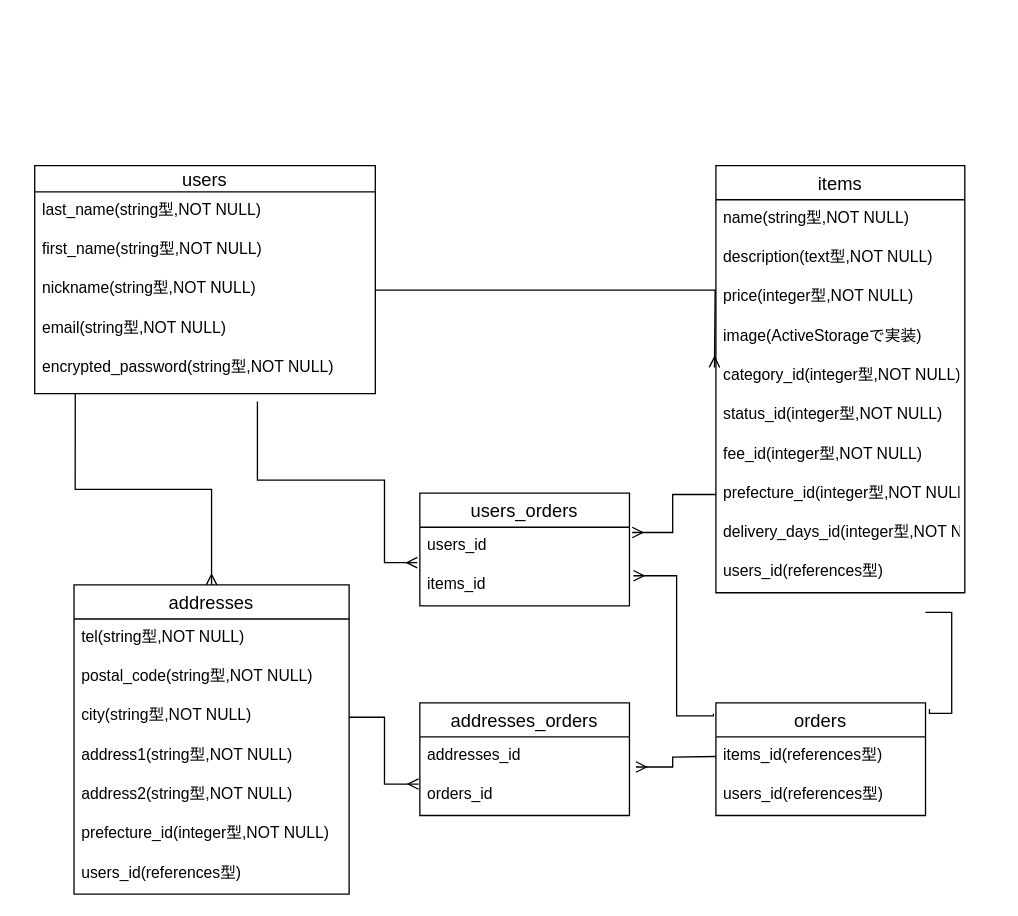
Earlier version of the draw.io diagram er.dio (RyousukeOkazaki/furima-36553). Source tidied: cells renumbered, new cells numbered last; positions are measured from the earlier drawing's top-left corner, leaving out a move shared by most shapes. Both pictures are drawn from the tidied source at 131%, with x=0, y=0 at pixel (34, 165).
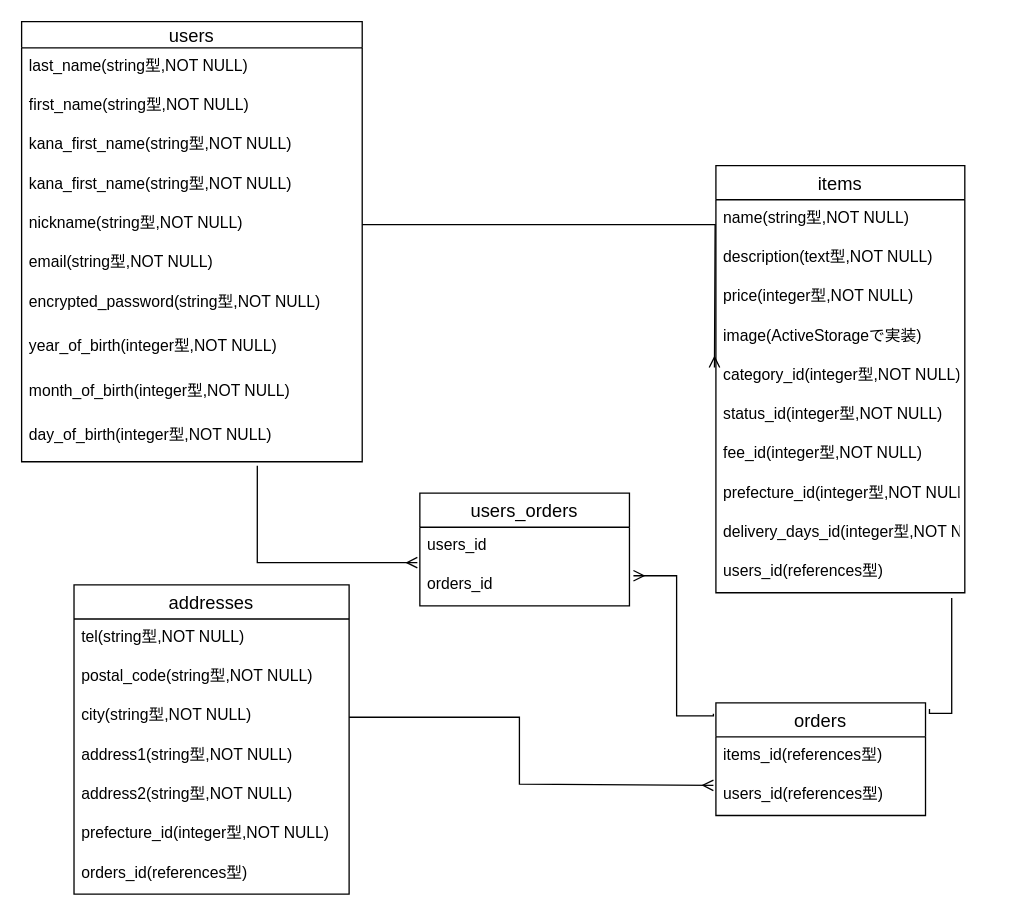
The same page after the edit.

Unchanged cells that the change refers to:
```xml
<mxCell id="16" value="prefecture_id(integer型,NOT NULL)" style="text;strokeColor=none;fillColor=none;spacingLeft=4;spacingRight=4;overflow=hidden;points=[[0,0.5],[1,0.5]];portConstraint=eastwest;fontSize=12;" parent="8" vertex="1">
  <mxGeometry y="236" width="190" height="30" as="geometry" />
</mxCell>
<mxCell id="19" value="addresses" style="swimlane;fontStyle=0;horizontal=1;startSize=26;align=center;fontSize=14;" parent="1" vertex="1">
  <mxGeometry x="30" y="320" width="210" height="236" as="geometry" />
</mxCell>
<mxCell id="22" value="city(string型,NOT NULL)" style="text;strokeColor=none;fillColor=none;spacingLeft=4;spacingRight=4;overflow=hidden;points=[[0,0.5],[1,0.5]];portConstraint=eastwest;fontSize=12;" parent="19" vertex="1">
  <mxGeometry y="86" width="210" height="30" as="geometry" />
</mxCell>
<mxCell id="27" value="orders" style="swimlane;fontStyle=0;horizontal=1;startSize=26;align=center;fontSize=14;" parent="1" vertex="1">
  <mxGeometry x="520" y="410" width="160" height="86" as="geometry" />
</mxCell>
<mxCell id="29" value="users_id(references型)" style="text;strokeColor=none;fillColor=none;spacingLeft=4;spacingRight=4;overflow=hidden;points=[[0,0.5],[1,0.5]];portConstraint=eastwest;fontSize=12;" parent="27" vertex="1">
  <mxGeometry y="56" width="160" height="30" as="geometry" />
</mxCell>
<mxCell id="30" value="users_orders" style="swimlane;fontStyle=0;horizontal=1;startSize=26;align=center;fontSize=14;" parent="1" vertex="1">
  <mxGeometry x="294" y="250" width="160" height="86" as="geometry" />
</mxCell>
<mxCell id="31" value="users_id" style="text;strokeColor=none;fillColor=none;spacingLeft=4;spacingRight=4;overflow=hidden;points=[[0,0.5],[1,0.5]];portConstraint=eastwest;fontSize=12;" parent="30" vertex="1">
  <mxGeometry y="26" width="160" height="30" as="geometry" />
</mxCell>
```

Diff of the diagram source:
```diff
@@
     <mxCell id="2" value="users" style="swimlane;fontStyle=0;horizontal=1;startSize=20;align=center;fontSize=14;" parent="1" vertex="1">
-      <mxGeometry width="260" height="174" as="geometry" />
+      <mxGeometry x="-10" y="-110" width="260" height="336" as="geometry" />
     </mxCell>
@@
+    <mxCell id="44" value="kana_first_name(string型,NOT NULL)" style="text;strokeColor=none;fillColor=none;spacingLeft=4;spacingRight=4;overflow=hidden;fontSize=12;" parent="2" vertex="1">
+      <mxGeometry y="80" width="260" height="30" as="geometry" />
+    </mxCell>
+    <mxCell id="45" value="kana_first_name(string型,NOT NULL)" style="text;strokeColor=none;fillColor=none;spacingLeft=4;spacingRight=4;overflow=hidden;fontSize=12;" parent="2" vertex="1">
+      <mxGeometry y="110" width="260" height="30" as="geometry" />
+    </mxCell>
     <mxCell id="5" value="nickname(string型,NOT NULL)" style="text;strokeColor=none;fillColor=none;spacingLeft=4;spacingRight=4;overflow=hidden;points=[[0,0.5],[1,0.5]];portConstraint=eastwest;fontSize=12;" parent="2" vertex="1">
-      <mxGeometry y="80" width="260" height="30" as="geometry" />
+      <mxGeometry y="140" width="260" height="30" as="geometry" />
     </mxCell>
     <mxCell id="6" value="email(string型,NOT NULL)" style="text;strokeColor=none;fillColor=none;spacingLeft=4;spacingRight=4;overflow=hidden;fontSize=12;" parent="2" vertex="1">
-      <mxGeometry y="110" width="260" height="30" as="geometry" />
+      <mxGeometry y="170" width="260" height="30" as="geometry" />
     </mxCell>
     <mxCell id="7" value="encrypted_password(string型,NOT NULL)" style="text;strokeColor=none;fillColor=none;spacingLeft=4;spacingRight=4;overflow=hidden;points=[[0,0.5],[1,0.5]];portConstraint=eastwest;fontSize=12;" parent="2" vertex="1">
-      <mxGeometry y="140" width="260" height="34" as="geometry" />
+      <mxGeometry y="200" width="260" height="34" as="geometry" />
     </mxCell>
+    <mxCell id="46" value="year_of_birth(integer型,NOT NULL)" style="text;strokeColor=none;fillColor=none;spacingLeft=4;spacingRight=4;overflow=hidden;fontSize=12;" parent="2" vertex="1">
+      <mxGeometry y="234" width="260" height="34" as="geometry" />
+    </mxCell>
+    <mxCell id="47" value="month_of_birth(integer型,NOT NULL)" style="text;strokeColor=none;fillColor=none;spacingLeft=4;spacingRight=4;overflow=hidden;fontSize=12;" parent="2" vertex="1">
+      <mxGeometry y="268" width="260" height="34" as="geometry" />
+    </mxCell>
+    <mxCell id="48" value="day_of_birth(integer型,NOT NULL)" style="text;strokeColor=none;fillColor=none;spacingLeft=4;spacingRight=4;overflow=hidden;points=[[0,0.5],[1,0.5]];portConstraint=eastwest;fontSize=12;" parent="2" vertex="1">
+      <mxGeometry y="302" width="260" height="34" as="geometry" />
+    </mxCell>
@@
-    <mxCell id="26" value="users_id(references型)" style="text;strokeColor=none;fillColor=none;spacingLeft=4;spacingRight=4;overflow=hidden;fontSize=12;" parent="19" vertex="1">
+    <mxCell id="26" value="orders_id(references型)" style="text;strokeColor=none;fillColor=none;spacingLeft=4;spacingRight=4;overflow=hidden;fontSize=12;" parent="19" vertex="1">
       <mxGeometry y="206" width="210" height="30" as="geometry" />
     </mxCell>
@@
-    <mxCell id="32" value="items_id" style="text;strokeColor=none;fillColor=none;spacingLeft=4;spacingRight=4;overflow=hidden;points=[[0,0.5],[1,0.5]];portConstraint=eastwest;fontSize=12;" parent="30" vertex="1">
+    <mxCell id="32" value="orders_id" style="text;strokeColor=none;fillColor=none;spacingLeft=4;spacingRight=4;overflow=hidden;points=[[0,0.5],[1,0.5]];portConstraint=eastwest;fontSize=12;" parent="30" vertex="1">
       <mxGeometry y="56" width="160" height="30" as="geometry" />
     </mxCell>
-    <mxCell id="33" value="addresses_orders" style="swimlane;fontStyle=0;horizontal=1;startSize=26;align=center;fontSize=14;" parent="1" vertex="1">
-      <mxGeometry x="294" y="410" width="160" height="86" as="geometry" />
-    </mxCell>
-    <mxCell id="34" value="addresses_id" style="text;strokeColor=none;fillColor=none;spacingLeft=4;spacingRight=4;overflow=hidden;points=[[0,0.5],[1,0.5]];portConstraint=eastwest;fontSize=12;" parent="33" vertex="1">
-      <mxGeometry y="26" width="160" height="30" as="geometry" />
-    </mxCell>
-    <mxCell id="35" value="orders_id" style="text;strokeColor=none;fillColor=none;spacingLeft=4;spacingRight=4;overflow=hidden;points=[[0,0.5],[1,0.5]];portConstraint=eastwest;fontSize=12;" parent="33" vertex="1">
-      <mxGeometry y="56" width="160" height="30" as="geometry" />
-    </mxCell>
-    <mxCell id="36" style="edgeStyle=orthogonalEdgeStyle;rounded=0;jettySize=auto;html=1;entryX=-0.012;entryY=-0.1;entryDx=0;entryDy=0;entryPerimeter=0;endArrow=ERmany;endFill=0;" parent="1" edge="1" target="32">
+    <mxCell id="36" style="edgeStyle=orthogonalEdgeStyle;rounded=0;jettySize=auto;html=1;entryX=-0.012;entryY=-0.1;entryDx=0;entryDy=0;entryPerimeter=0;endArrow=ERmany;endFill=0;exitX=0.692;exitY=1.088;exitDx=0;exitDy=0;exitPerimeter=0;" parent="1" edge="1" source="48" target="32">
       <mxGeometry relative="1" as="geometry">
-        <mxPoint x="170" y="180" as="sourcePoint" />
         <Array as="points">
-          <mxPoint x="267" y="240" />
-          <mxPoint x="267" y="303" />
+          <mxPoint x="170" y="303" />
         </Array>
       </mxGeometry>
     </mxCell>
@@
-    <mxCell id="38" style="edgeStyle=orthogonalEdgeStyle;rounded=0;jettySize=auto;html=1;exitX=1;exitY=0.5;exitDx=0;exitDy=0;entryX=-0.006;entryY=0.2;entryDx=0;entryDy=0;entryPerimeter=0;endArrow=ERmany;endFill=0;" parent="1" edge="1" source="22" target="35">
-      <mxGeometry relative="1" as="geometry" />
+    <mxCell id="38" style="edgeStyle=orthogonalEdgeStyle;rounded=0;jettySize=auto;html=1;exitX=1;exitY=0.5;exitDx=0;exitDy=0;endArrow=ERmany;endFill=0;entryX=-0.012;entryY=0.233;entryDx=0;entryDy=0;entryPerimeter=0;" parent="1" edge="1" source="22" target="29">
+      <mxGeometry relative="1" as="geometry">
+        <Array as="points">
+          <mxPoint x="370" y="421" />
+          <mxPoint x="370" y="472" />
+        </Array>
+      </mxGeometry>
     </mxCell>
-    <mxCell id="39" style="edgeStyle=orthogonalEdgeStyle;rounded=0;jettySize=auto;html=1;exitX=0.119;exitY=1;exitDx=0;exitDy=0;entryX=0.5;entryY=0;entryDx=0;entryDy=0;endArrow=ERmany;endFill=0;exitPerimeter=0;" parent="1" edge="1" source="7" target="19">
-      <mxGeometry relative="1" as="geometry" />
-    </mxCell>
-    <mxCell id="40" style="edgeStyle=orthogonalEdgeStyle;rounded=0;jettySize=auto;html=1;exitX=1;exitY=0.5;exitDx=0;exitDy=0;endArrow=none;endFill=0;entryX=1.019;entryY=0.055;entryDx=0;entryDy=0;entryPerimeter=0;" parent="1" edge="1" target="27">
+    <mxCell id="40" style="edgeStyle=orthogonalEdgeStyle;rounded=0;jettySize=auto;html=1;endArrow=none;endFill=0;entryX=1.019;entryY=0.055;entryDx=0;entryDy=0;entryPerimeter=0;" parent="1" edge="1" target="27">
       <mxGeometry relative="1" as="geometry">
-        <mxPoint x="680" y="341" as="sourcePoint" />
+        <mxPoint x="700" y="330" as="sourcePoint" />
         <Array as="points">
           <mxPoint x="700" y="341" />
           <mxPoint x="700" y="418" />
+          <mxPoint x="683" y="418" />
         </Array>
       </mxGeometry>
     </mxCell>
@@
-    <mxCell id="42" style="edgeStyle=orthogonalEdgeStyle;rounded=0;jettySize=auto;html=1;exitX=0;exitY=0.5;exitDx=0;exitDy=0;entryX=1.031;entryY=0.767;entryDx=0;entryDy=0;entryPerimeter=0;endArrow=ERmany;endFill=0;" parent="1" edge="1" target="34">
-      <mxGeometry relative="1" as="geometry">
-        <mxPoint x="520" y="451" as="sourcePoint" />
-      </mxGeometry>
-    </mxCell>
-    <mxCell id="43" style="edgeStyle=orthogonalEdgeStyle;rounded=0;jettySize=auto;html=1;exitX=0;exitY=0.5;exitDx=0;exitDy=0;entryX=1.013;entryY=0.133;entryDx=0;entryDy=0;entryPerimeter=0;endArrow=ERmany;endFill=0;" parent="1" edge="1" source="16" target="31">
-      <mxGeometry relative="1" as="geometry" />
-    </mxCell>
```
